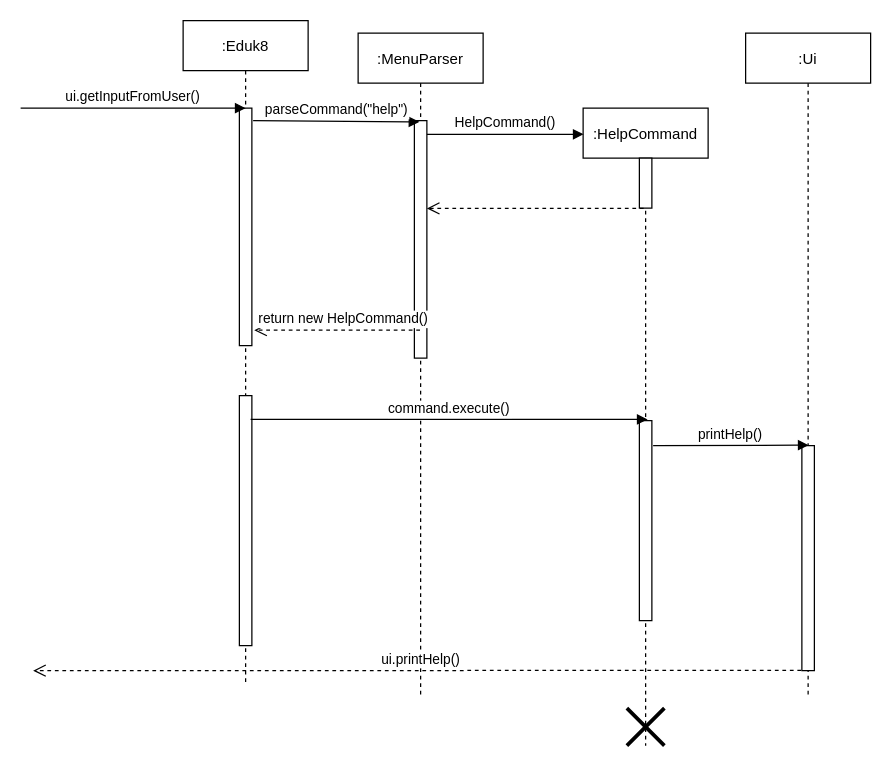
Earlier version of the draw.io diagram docs/diagrams/Parser Sample Sequence_.drawio (nus-cs2113-AY2021S1/tp). Source tidied: cells renumbered, new cells numbered last; positions are measured from the earlier drawing's top-left corner, leaving out a move shared by most shapes. Both pictures are drawn from the tidied source at 125%, with x=0, y=0 at pixel (20, 20).
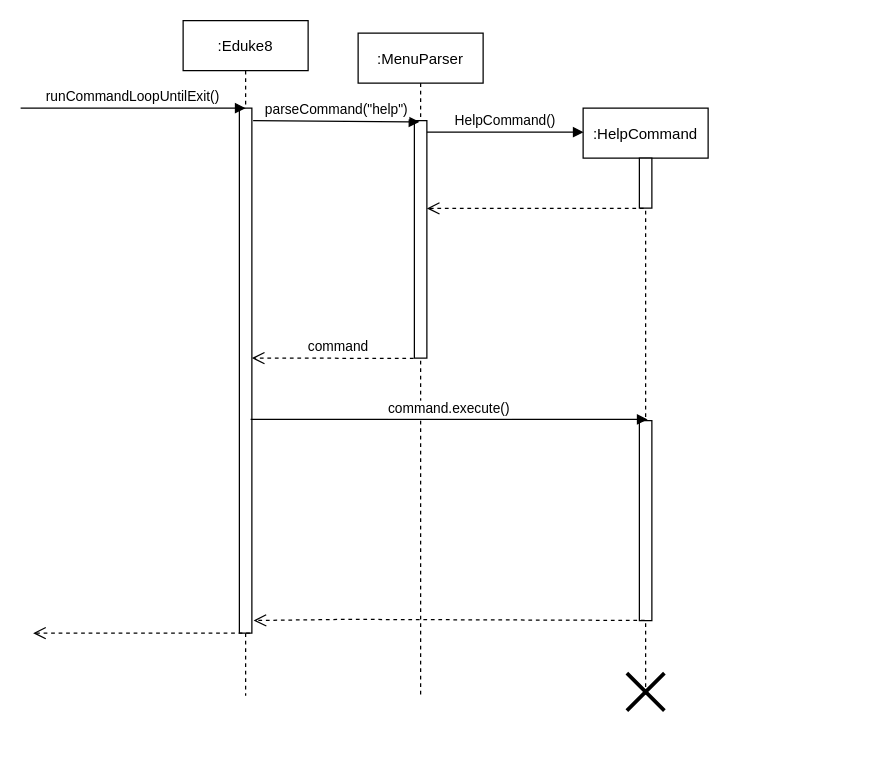
The same page after the edit.

Unchanged cells that the change refers to:
```xml
<mxCell id="2" value=":MenuParser" style="shape=umlLifeline;perimeter=lifelinePerimeter;rounded=0;shadow=0;strokeWidth=1;" parent="1" vertex="1">
  <mxGeometry x="270" y="10" width="100" height="530" as="geometry" />
</mxCell>
<mxCell id="3" style="points=[];perimeter=orthogonalPerimeter;rounded=0;shadow=0;strokeWidth=1;" parent="2" vertex="1">
  <mxGeometry x="45" y="70" width="10" height="190" as="geometry" />
</mxCell>
<mxCell id="10" style="points=[];perimeter=orthogonalPerimeter;rounded=0;shadow=0;strokeWidth=1;" parent="1" vertex="1">
  <mxGeometry x="495" y="320" width="10" height="160" as="geometry" />
</mxCell>
```

What changed in the source:
```diff
@@
     <mxCell id="4" value=":HelpCommand" style="shape=umlLifeline;perimeter=lifelinePerimeter;rounded=0;shadow=0;strokeWidth=1;" parent="1" vertex="1">
-      <mxGeometry x="450" y="70" width="100" height="510" as="geometry" />
+      <mxGeometry x="450" y="70" width="100" height="470" as="geometry" />
     </mxCell>
@@
     <mxCell id="6" style="shape=umlDestroy;whiteSpace=wrap;html=1;strokeWidth=3;" parent="4" vertex="1">
-      <mxGeometry x="35" y="480" width="30" height="30" as="geometry" />
+      <mxGeometry x="35" y="452" width="30" height="30" as="geometry" />
     </mxCell>
@@
-    <mxCell id="8" value="return new HelpCommand()" style="verticalAlign=bottom;endArrow=open;dashed=1;endSize=8;shadow=0;strokeWidth=1;entryX=1.189;entryY=0.935;entryDx=0;entryDy=0;entryPerimeter=0;" parent="1" edge="1" source="2" target="12">
-      <mxGeometry x="-0.08" relative="1" as="geometry" />
+    <mxCell id="8" value="command" style="verticalAlign=bottom;endArrow=open;dashed=1;endSize=8;shadow=0;strokeWidth=1;exitX=-0.06;exitY=1.001;exitDx=0;exitDy=0;exitPerimeter=0;" parent="1" edge="1" source="3">
+      <mxGeometry x="-0.08" relative="1" as="geometry">
+        <mxPoint x="185" y="270" as="targetPoint" />
+      </mxGeometry>
     </mxCell>
@@
-    <mxCell id="11" value=":Eduk8" style="shape=umlLifeline;perimeter=lifelinePerimeter;rounded=0;shadow=0;strokeWidth=1;" parent="1" vertex="1">
-      <mxGeometry x="130" width="100" height="530" as="geometry" />
+    <mxCell id="11" value=":Eduke8" style="shape=umlLifeline;perimeter=lifelinePerimeter;rounded=0;shadow=0;strokeWidth=1;" parent="1" vertex="1">
+      <mxGeometry x="130" width="100" height="540" as="geometry" />
     </mxCell>
     <mxCell id="12" style="points=[];perimeter=orthogonalPerimeter;rounded=0;shadow=0;strokeWidth=1;" parent="11" vertex="1">
-      <mxGeometry x="45" y="70" width="10" height="190" as="geometry" />
+      <mxGeometry x="45" y="70" width="10" height="420" as="geometry" />
     </mxCell>
-    <mxCell id="13" style="perimeter=orthogonalPerimeter;rounded=0;shadow=0;strokeWidth=1;" parent="11" vertex="1">
-      <mxGeometry x="45" y="300" width="10" height="200" as="geometry" />
-    </mxCell>
-    <mxCell id="14" value="ui.printHelp()" style="verticalAlign=bottom;endArrow=open;dashed=1;endSize=8;shadow=0;strokeWidth=1;exitX=0.54;exitY=0.999;exitDx=0;exitDy=0;exitPerimeter=0;" parent="1" edge="1" source="19">
-      <mxGeometry relative="1" as="geometry">
-        <mxPoint x="10" y="520" as="targetPoint" />
-      </mxGeometry>
-    </mxCell>
-    <mxCell id="15" value="ui.getInputFromUser()" style="verticalAlign=bottom;endArrow=block;entryX=0.5;entryY=0;shadow=0;strokeWidth=1;entryDx=0;entryDy=0;entryPerimeter=0;" parent="1" edge="1" target="12">
+    <mxCell id="15" value="runCommandLoopUntilExit()" style="verticalAlign=bottom;endArrow=block;entryX=0.5;entryY=0;shadow=0;strokeWidth=1;entryDx=0;entryDy=0;entryPerimeter=0;" parent="1" edge="1" target="12">
       <mxGeometry relative="1" as="geometry">
         <mxPoint y="70" as="sourcePoint" />
       </mxGeometry>
     </mxCell>
@@
-    <mxCell id="18" value=":Ui" style="shape=umlLifeline;perimeter=lifelinePerimeter;rounded=0;shadow=0;strokeWidth=1;" parent="1" vertex="1">
-      <mxGeometry x="580" y="10" width="100" height="530" as="geometry" />
-    </mxCell>
-    <mxCell id="19" style="points=[];perimeter=orthogonalPerimeter;rounded=0;shadow=0;strokeWidth=1;" parent="18" vertex="1">
-      <mxGeometry x="45" y="330" width="10" height="180" as="geometry" />
-    </mxCell>
-    <mxCell id="20" value="printHelp()" style="verticalAlign=bottom;endArrow=block;shadow=0;strokeWidth=1;entryX=0.504;entryY=0.622;entryDx=0;entryDy=0;entryPerimeter=0;" parent="1" edge="1" target="18">
-      <mxGeometry relative="1" as="geometry">
-        <mxPoint x="506" y="340" as="sourcePoint" />
-      </mxGeometry>
-    </mxCell>
+    <mxCell id="21" style="verticalAlign=bottom;endArrow=open;dashed=1;endSize=8;shadow=0;strokeWidth=1;exitX=0.42;exitY=0.999;exitDx=0;exitDy=0;exitPerimeter=0;entryX=1.14;entryY=0.976;entryDx=0;entryDy=0;entryPerimeter=0;" parent="1" edge="1" source="10" target="12">
+      <mxGeometry x="-0.23" y="-24" relative="1" as="geometry">
+        <Array as="points">
+          <mxPoint x="260" y="479" />
+        </Array>
+      </mxGeometry>
+    </mxCell>
+    <mxCell id="22" style="verticalAlign=bottom;endArrow=open;dashed=1;endSize=8;shadow=0;strokeWidth=1;exitX=0.34;exitY=1.005;exitDx=0;exitDy=0;exitPerimeter=0;" parent="1" edge="1">
+      <mxGeometry x="-0.23" y="-24" relative="1" as="geometry">
+        <mxPoint x="183.4" y="490" as="sourcePoint" />
+        <mxPoint x="10" y="490" as="targetPoint" />
+      </mxGeometry>
+    </mxCell>
```
